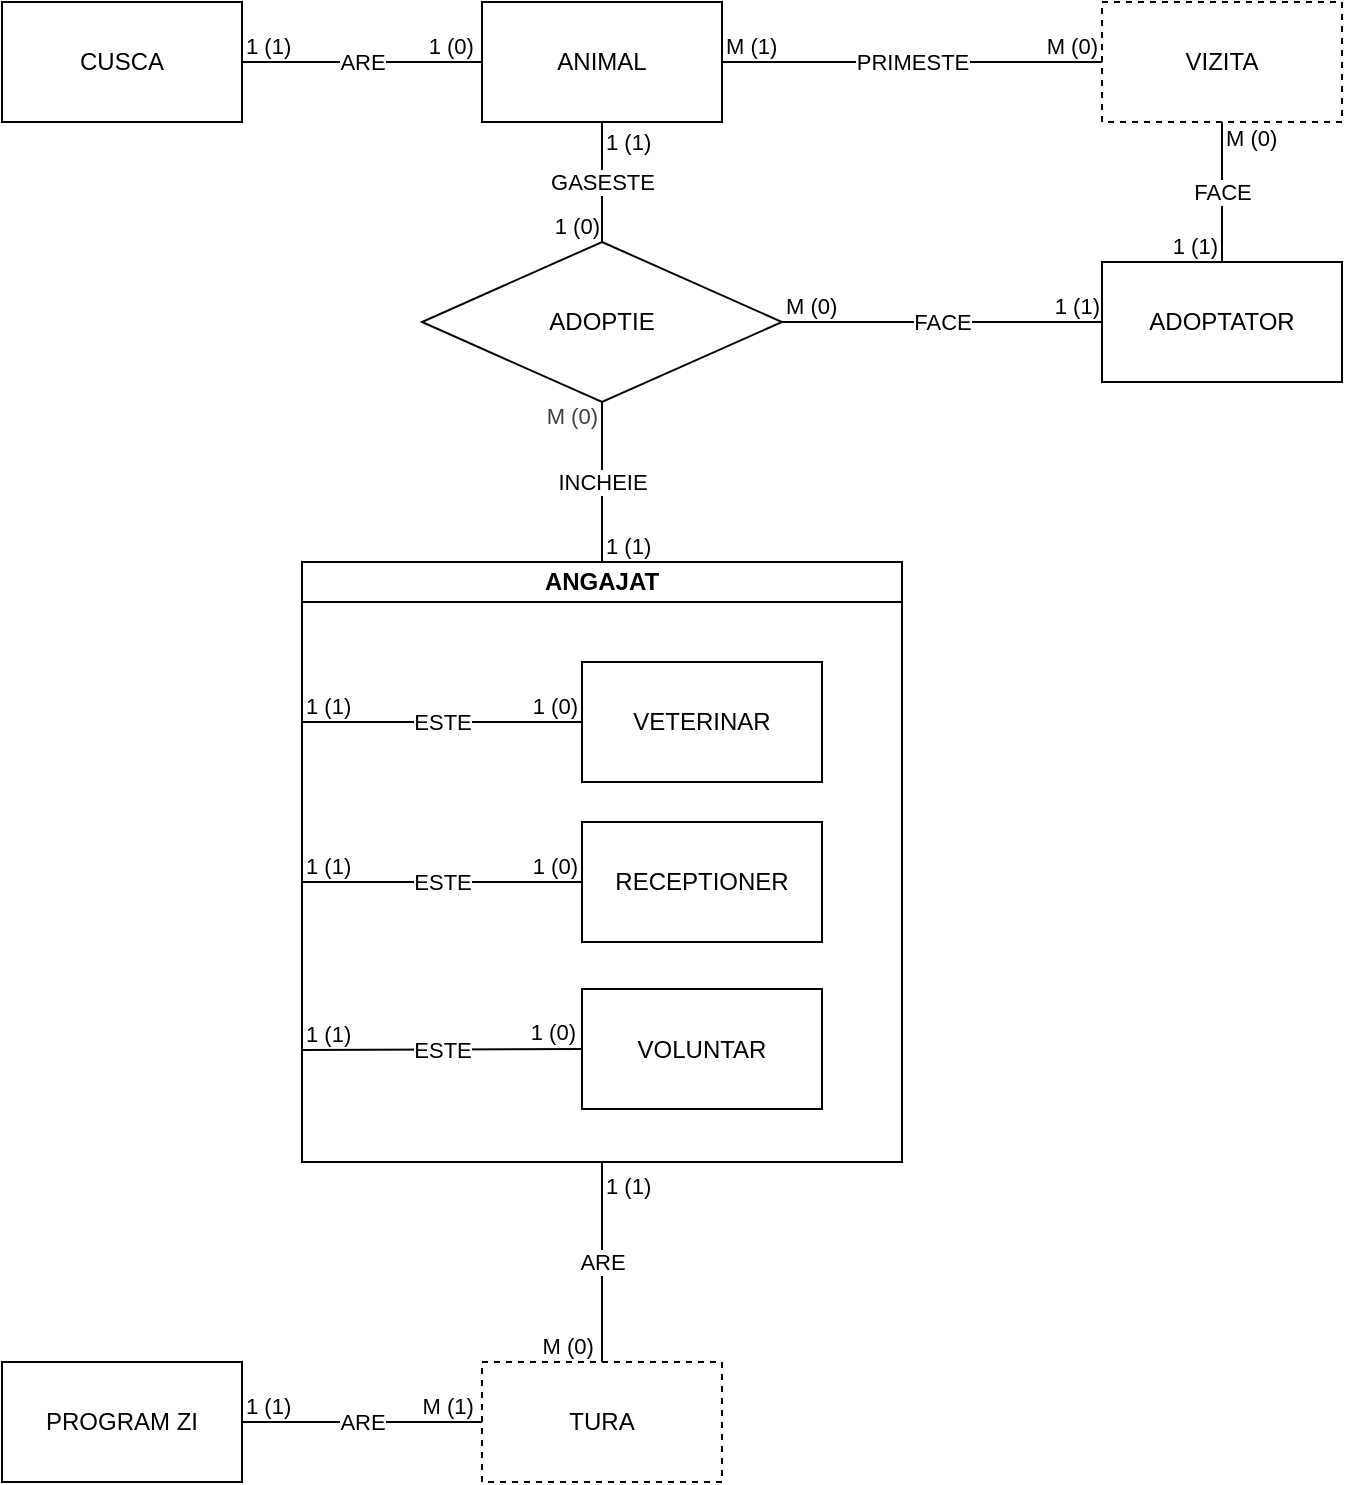
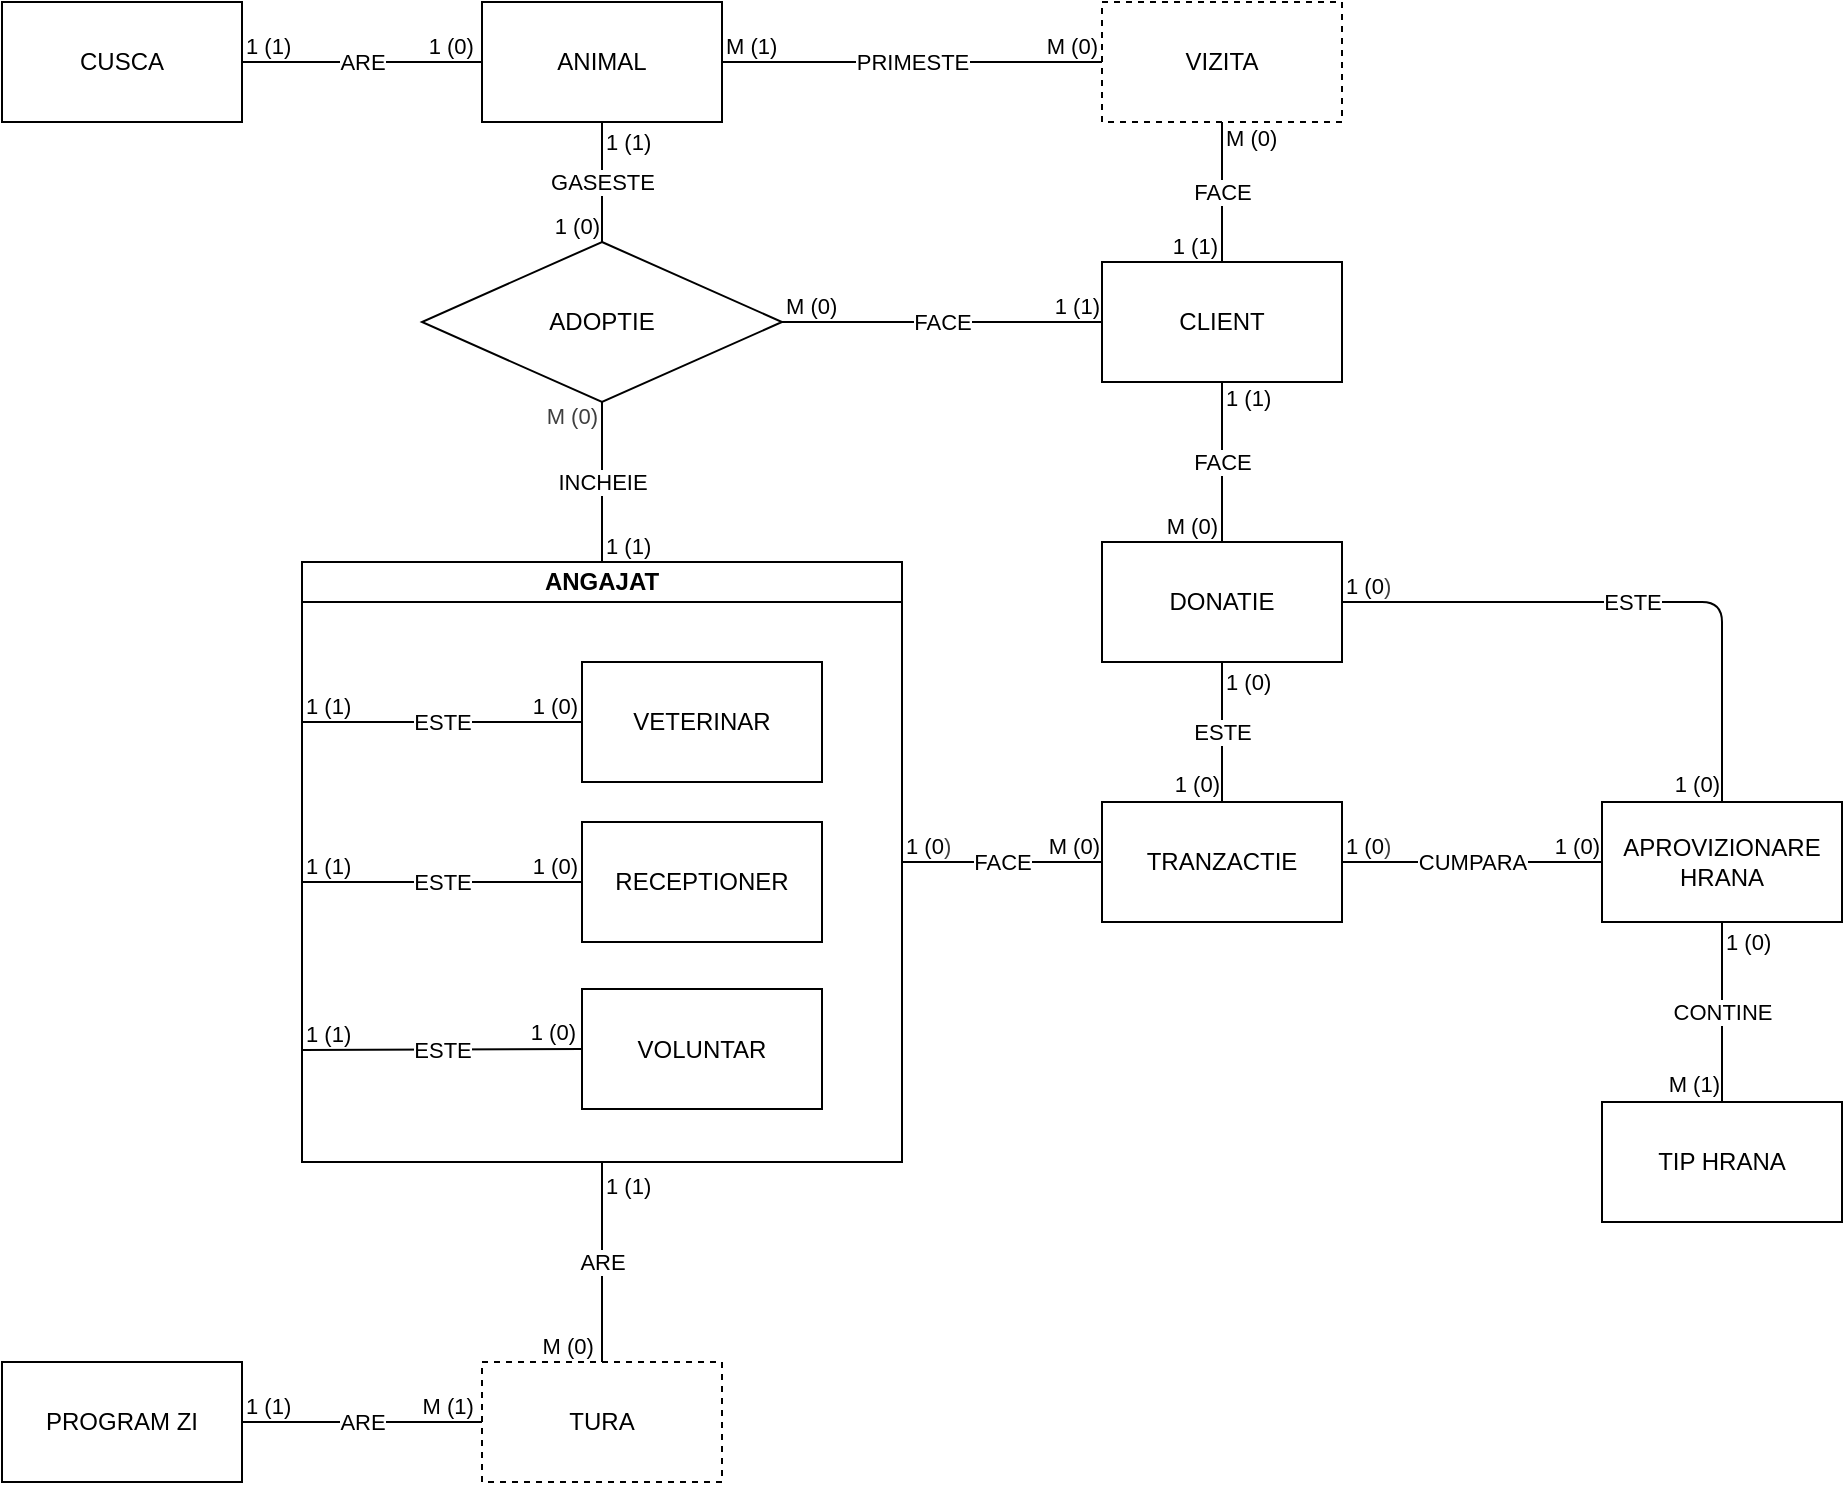
<mxfile host="65bd71144e">
    <diagram id="A1t5_ixmi6wKDEfljeF3" name="Page-1">
-         <mxGraphModel dx="1066" dy="713" grid="1" gridSize="10" guides="1" tooltips="1" connect="1" arrows="1" fold="1" page="1" pageScale="1" pageWidth="1169" pageHeight="827" math="0" shadow="0">
+         <mxGraphModel dx="762" dy="554" grid="1" gridSize="10" guides="1" tooltips="1" connect="1" arrows="1" fold="1" page="1" pageScale="1" pageWidth="1169" pageHeight="827" math="0" shadow="0">
            <root>
                <mxCell id="0"/>
                <mxCell id="1" parent="0"/>
                <mxCell id="14" value="ANIMAL" style="rounded=0;whiteSpace=wrap;html=1;" parent="1" vertex="1">
                    <mxGeometry x="440" y="60" width="120" height="60" as="geometry"/>
                </mxCell>
-                 <mxCell id="17" value="ADOPTATOR" style="rounded=0;whiteSpace=wrap;html=1;" parent="1" vertex="1">
+                 <mxCell id="17" value="CLIENT" style="rounded=0;whiteSpace=wrap;html=1;" parent="1" vertex="1">
                    <mxGeometry x="750" y="190" width="120" height="60" as="geometry"/>
                </mxCell>
                <mxCell id="22" value="ADOPTIE" style="rhombus;whiteSpace=wrap;html=1;" parent="1" vertex="1">
                    <mxGeometry x="410" y="180" width="180" height="80" as="geometry"/>
                </mxCell>
                <mxCell id="41" value="" style="group" parent="1" vertex="1" connectable="0">
                    <mxGeometry x="350" y="340" width="300" height="300" as="geometry"/>
                </mxCell>
                <mxCell id="16" value="ANGAJAT" style="swimlane;whiteSpace=wrap;html=1;container=0;startSize=20;" parent="41" vertex="1">
                    <mxGeometry width="300" height="300" as="geometry">
                        <mxRectangle x="280" y="160" width="90" height="30" as="alternateBounds"/>
                    </mxGeometry>
                </mxCell>
                <mxCell id="31" value="" style="endArrow=none;html=1;entryX=0;entryY=0.5;entryDx=0;entryDy=0;endFill=0;" parent="41" target="21" edge="1">
                    <mxGeometry relative="1" as="geometry">
                        <mxPoint y="244" as="sourcePoint"/>
                        <mxPoint x="170" y="130" as="targetPoint"/>
                    </mxGeometry>
                </mxCell>
                <mxCell id="32" value="ESTE" style="edgeLabel;resizable=0;html=1;;align=center;verticalAlign=middle;container=0;" parent="31" connectable="0" vertex="1">
                    <mxGeometry relative="1" as="geometry"/>
                </mxCell>
                <mxCell id="33" value="&lt;span style=&quot;color: rgb(0, 0, 0);&quot;&gt;1 (1)&lt;/span&gt;" style="edgeLabel;resizable=0;html=1;;align=left;verticalAlign=bottom;container=0;" parent="31" connectable="0" vertex="1">
                    <mxGeometry x="-1" relative="1" as="geometry"/>
                </mxCell>
                <mxCell id="34" value="&lt;span style=&quot;color: rgb(0, 0, 0); text-align: left;&quot;&gt;1 (0)&lt;/span&gt;" style="edgeLabel;resizable=0;html=1;;align=right;verticalAlign=bottom;container=0;" parent="31" connectable="0" vertex="1">
                    <mxGeometry x="1" relative="1" as="geometry">
                        <mxPoint x="-2" as="offset"/>
                    </mxGeometry>
                </mxCell>
                <mxCell id="35" value="" style="endArrow=none;html=1;entryX=0;entryY=0.5;entryDx=0;entryDy=0;endFill=0;" parent="41" target="19" edge="1">
                    <mxGeometry relative="1" as="geometry">
                        <mxPoint y="80" as="sourcePoint"/>
                        <mxPoint x="170" y="130" as="targetPoint"/>
                        <Array as="points">
                            <mxPoint y="80"/>
                        </Array>
                    </mxGeometry>
                </mxCell>
                <mxCell id="36" value="ESTE" style="edgeLabel;resizable=0;html=1;;align=center;verticalAlign=middle;container=0;" parent="35" connectable="0" vertex="1">
                    <mxGeometry relative="1" as="geometry"/>
                </mxCell>
                <mxCell id="37" value="1 (1)" style="edgeLabel;resizable=0;html=1;;align=left;verticalAlign=bottom;container=0;" parent="35" connectable="0" vertex="1">
                    <mxGeometry x="-1" relative="1" as="geometry"/>
                </mxCell>
                <mxCell id="38" value="&lt;span style=&quot;color: rgb(0, 0, 0); text-align: left;&quot;&gt;1 (0)&lt;/span&gt;" style="edgeLabel;resizable=0;html=1;;align=right;verticalAlign=bottom;container=0;" parent="35" connectable="0" vertex="1">
                    <mxGeometry x="1" relative="1" as="geometry">
                        <mxPoint x="-2" as="offset"/>
                    </mxGeometry>
                </mxCell>
                <mxCell id="19" value="VETERINAR" style="rounded=0;whiteSpace=wrap;html=1;container=0;" parent="41" vertex="1">
                    <mxGeometry x="140" y="50" width="120" height="60" as="geometry"/>
                </mxCell>
                <mxCell id="20" value="RECEPTIONER" style="rounded=0;whiteSpace=wrap;html=1;container=0;" parent="41" vertex="1">
                    <mxGeometry x="140" y="130" width="120" height="60" as="geometry"/>
                </mxCell>
                <mxCell id="21" value="VOLUNTAR" style="rounded=0;whiteSpace=wrap;html=1;container=0;" parent="41" vertex="1">
                    <mxGeometry x="140" y="213.5" width="120" height="60" as="geometry"/>
                </mxCell>
                <mxCell id="27" value="" style="endArrow=none;html=1;entryX=0;entryY=0.5;entryDx=0;entryDy=0;endFill=0;" parent="41" target="20" edge="1">
                    <mxGeometry relative="1" as="geometry">
                        <mxPoint y="160" as="sourcePoint"/>
                        <mxPoint x="160" y="170" as="targetPoint"/>
                    </mxGeometry>
                </mxCell>
                <mxCell id="28" value="ESTE" style="edgeLabel;resizable=0;html=1;;align=center;verticalAlign=middle;container=0;" parent="27" connectable="0" vertex="1">
                    <mxGeometry relative="1" as="geometry"/>
                </mxCell>
                <mxCell id="29" value="&lt;span style=&quot;color: rgb(0, 0, 0);&quot;&gt;1 (1)&lt;/span&gt;" style="edgeLabel;resizable=0;html=1;;align=left;verticalAlign=bottom;container=0;" parent="27" connectable="0" vertex="1">
                    <mxGeometry x="-1" relative="1" as="geometry"/>
                </mxCell>
                <mxCell id="30" value="&lt;span style=&quot;color: rgb(0, 0, 0); text-align: left;&quot;&gt;1 (0)&lt;/span&gt;" style="edgeLabel;resizable=0;html=1;;align=right;verticalAlign=bottom;container=0;" parent="27" connectable="0" vertex="1">
                    <mxGeometry x="1" relative="1" as="geometry">
                        <mxPoint x="-2" as="offset"/>
                    </mxGeometry>
                </mxCell>
                <mxCell id="42" value="TURA" style="rounded=0;whiteSpace=wrap;html=1;dashed=1;" parent="1" vertex="1">
                    <mxGeometry x="440" y="740" width="120" height="60" as="geometry"/>
                </mxCell>
                <mxCell id="44" value="CUSCA" style="rounded=0;whiteSpace=wrap;html=1;" parent="1" vertex="1">
                    <mxGeometry x="200" y="60" width="120" height="60" as="geometry"/>
                </mxCell>
                <mxCell id="45" value="" style="endArrow=none;html=1;entryX=0.5;entryY=1;entryDx=0;entryDy=0;exitX=0.5;exitY=0;exitDx=0;exitDy=0;edgeStyle=orthogonalEdgeStyle;elbow=vertical;endFill=0;" parent="1" source="16" target="22" edge="1">
                    <mxGeometry relative="1" as="geometry">
                        <mxPoint x="370" y="400" as="sourcePoint"/>
                        <mxPoint x="530" y="400" as="targetPoint"/>
                    </mxGeometry>
                </mxCell>
                <mxCell id="46" value="INCHEIE" style="edgeLabel;resizable=0;html=1;;align=center;verticalAlign=middle;" parent="45" connectable="0" vertex="1">
                    <mxGeometry relative="1" as="geometry"/>
                </mxCell>
                <mxCell id="47" value="1 (1)" style="edgeLabel;resizable=0;html=1;;align=left;verticalAlign=bottom;" parent="45" connectable="0" vertex="1">
                    <mxGeometry x="-1" relative="1" as="geometry"/>
                </mxCell>
                <mxCell id="48" value="&lt;div&gt;&lt;span style=&quot;background-color: light-dark(#ffffff, var(--ge-dark-color, #121212)); color: rgb(63, 63, 63);&quot;&gt;M (0)&lt;/span&gt;&lt;/div&gt;" style="edgeLabel;resizable=0;html=1;;align=right;verticalAlign=bottom;" parent="45" connectable="0" vertex="1">
                    <mxGeometry x="1" relative="1" as="geometry">
                        <mxPoint x="-2" y="15" as="offset"/>
                    </mxGeometry>
                </mxCell>
                <mxCell id="49" value="" style="endArrow=none;html=1;entryX=0.5;entryY=0;entryDx=0;entryDy=0;exitX=0.5;exitY=1;exitDx=0;exitDy=0;endFill=0;" parent="1" source="16" target="42" edge="1">
                    <mxGeometry relative="1" as="geometry">
                        <mxPoint x="90" y="524" as="sourcePoint"/>
                        <mxPoint x="250" y="524" as="targetPoint"/>
                    </mxGeometry>
                </mxCell>
                <mxCell id="50" value="ARE" style="edgeLabel;resizable=0;html=1;;align=center;verticalAlign=middle;" parent="49" connectable="0" vertex="1">
                    <mxGeometry relative="1" as="geometry"/>
                </mxCell>
                <mxCell id="51" value="1 (1)" style="edgeLabel;resizable=0;html=1;;align=left;verticalAlign=bottom;" parent="49" connectable="0" vertex="1">
                    <mxGeometry x="-1" relative="1" as="geometry">
                        <mxPoint y="20" as="offset"/>
                    </mxGeometry>
                </mxCell>
                <mxCell id="52" value="M (0)&amp;nbsp;" style="edgeLabel;resizable=0;html=1;;align=right;verticalAlign=bottom;" parent="49" connectable="0" vertex="1">
                    <mxGeometry x="1" relative="1" as="geometry">
                        <mxPoint x="-1" as="offset"/>
                    </mxGeometry>
                </mxCell>
                <mxCell id="54" value="" style="endArrow=none;html=1;exitX=1;exitY=0.5;exitDx=0;exitDy=0;entryX=0;entryY=0.5;entryDx=0;entryDy=0;endFill=0;" parent="1" source="22" target="17" edge="1">
                    <mxGeometry relative="1" as="geometry">
                        <mxPoint x="370" y="400" as="sourcePoint"/>
                        <mxPoint x="530" y="400" as="targetPoint"/>
                    </mxGeometry>
                </mxCell>
                <mxCell id="55" value="FACE" style="edgeLabel;resizable=0;html=1;;align=center;verticalAlign=middle;" parent="54" connectable="0" vertex="1">
                    <mxGeometry relative="1" as="geometry"/>
                </mxCell>
                <mxCell id="56" value="M (0)" style="edgeLabel;resizable=0;html=1;;align=left;verticalAlign=bottom;" parent="54" connectable="0" vertex="1">
                    <mxGeometry x="-1" relative="1" as="geometry"/>
                </mxCell>
                <mxCell id="57" value="1 (1)" style="edgeLabel;resizable=0;html=1;;align=right;verticalAlign=bottom;" parent="54" connectable="0" vertex="1">
                    <mxGeometry x="1" relative="1" as="geometry">
                        <mxPoint x="-1" as="offset"/>
                    </mxGeometry>
                </mxCell>
                <mxCell id="58" value="" style="endArrow=none;html=1;exitX=0.5;exitY=1;exitDx=0;exitDy=0;entryX=0.5;entryY=0;entryDx=0;entryDy=0;endFill=0;" parent="1" source="14" target="22" edge="1">
                    <mxGeometry relative="1" as="geometry">
                        <mxPoint x="370" y="400" as="sourcePoint"/>
                        <mxPoint x="530" y="400" as="targetPoint"/>
                    </mxGeometry>
                </mxCell>
                <mxCell id="59" value="GASESTE" style="edgeLabel;resizable=0;html=1;;align=center;verticalAlign=middle;" parent="58" connectable="0" vertex="1">
                    <mxGeometry relative="1" as="geometry"/>
                </mxCell>
                <mxCell id="60" value="1 (1)" style="edgeLabel;resizable=0;html=1;;align=left;verticalAlign=bottom;" parent="58" connectable="0" vertex="1">
                    <mxGeometry x="-1" relative="1" as="geometry">
                        <mxPoint y="18" as="offset"/>
                    </mxGeometry>
                </mxCell>
                <mxCell id="61" value="1 (0)" style="edgeLabel;resizable=0;html=1;;align=right;verticalAlign=bottom;" parent="58" connectable="0" vertex="1">
                    <mxGeometry x="1" relative="1" as="geometry">
                        <mxPoint x="-1" as="offset"/>
                    </mxGeometry>
                </mxCell>
                <mxCell id="62" value="" style="endArrow=none;html=1;exitX=1;exitY=0.5;exitDx=0;exitDy=0;entryX=0;entryY=0.5;entryDx=0;entryDy=0;endFill=0;" parent="1" source="44" target="14" edge="1">
                    <mxGeometry relative="1" as="geometry">
                        <mxPoint x="370" y="400" as="sourcePoint"/>
                        <mxPoint x="530" y="400" as="targetPoint"/>
                    </mxGeometry>
                </mxCell>
                <mxCell id="63" value="ARE" style="edgeLabel;resizable=0;html=1;;align=center;verticalAlign=middle;" parent="62" connectable="0" vertex="1">
                    <mxGeometry relative="1" as="geometry"/>
                </mxCell>
                <mxCell id="64" value="1 (1)" style="edgeLabel;resizable=0;html=1;;align=left;verticalAlign=bottom;" parent="62" connectable="0" vertex="1">
                    <mxGeometry x="-1" relative="1" as="geometry"/>
                </mxCell>
                <mxCell id="65" value="1 (0)&amp;nbsp;" style="edgeLabel;resizable=0;html=1;;align=right;verticalAlign=bottom;" parent="62" connectable="0" vertex="1">
                    <mxGeometry x="1" relative="1" as="geometry">
                        <mxPoint x="-1" as="offset"/>
                    </mxGeometry>
                </mxCell>
                <mxCell id="72" value="" style="endArrow=none;html=1;entryX=0.5;entryY=0;entryDx=0;entryDy=0;endFill=0;exitX=0.5;exitY=1;exitDx=0;exitDy=0;" parent="1" source="90" target="17" edge="1">
                    <mxGeometry relative="1" as="geometry">
                        <mxPoint x="1030" y="190" as="sourcePoint"/>
                        <mxPoint x="610" y="490" as="targetPoint"/>
                    </mxGeometry>
                </mxCell>
                <mxCell id="73" value="FACE" style="edgeLabel;resizable=0;html=1;;align=center;verticalAlign=middle;" parent="72" connectable="0" vertex="1">
                    <mxGeometry relative="1" as="geometry"/>
                </mxCell>
                <mxCell id="74" value="M (0)" style="edgeLabel;resizable=0;html=1;;align=left;verticalAlign=bottom;" parent="72" connectable="0" vertex="1">
                    <mxGeometry x="-1" relative="1" as="geometry">
                        <mxPoint y="16" as="offset"/>
                    </mxGeometry>
                </mxCell>
                <mxCell id="75" value="1 (1)" style="edgeLabel;resizable=0;html=1;;align=right;verticalAlign=bottom;" parent="72" connectable="0" vertex="1">
                    <mxGeometry x="1" relative="1" as="geometry">
                        <mxPoint x="-2" as="offset"/>
                    </mxGeometry>
                </mxCell>
                <mxCell id="78" value="" style="endArrow=none;html=1;exitX=1;exitY=0.5;exitDx=0;exitDy=0;endFill=0;entryX=0;entryY=0.5;entryDx=0;entryDy=0;" parent="1" source="14" target="90" edge="1">
                    <mxGeometry relative="1" as="geometry">
                        <mxPoint x="670" y="89.55000000000001" as="sourcePoint"/>
                        <mxPoint x="900" y="100" as="targetPoint"/>
                        <Array as="points"/>
                    </mxGeometry>
                </mxCell>
                <mxCell id="79" value="PRIMESTE" style="edgeLabel;resizable=0;html=1;;align=center;verticalAlign=middle;" parent="78" connectable="0" vertex="1">
                    <mxGeometry relative="1" as="geometry"/>
                </mxCell>
                <mxCell id="80" value="M (1)" style="edgeLabel;resizable=0;html=1;;align=left;verticalAlign=bottom;" parent="78" connectable="0" vertex="1">
                    <mxGeometry x="-1" relative="1" as="geometry"/>
                </mxCell>
                <mxCell id="81" value="M (0)" style="edgeLabel;resizable=0;html=1;;align=right;verticalAlign=bottom;" parent="78" connectable="0" vertex="1">
                    <mxGeometry x="1" relative="1" as="geometry">
                        <mxPoint x="-2" as="offset"/>
                    </mxGeometry>
                </mxCell>
                <mxCell id="83" value="PROGRAM ZI" style="rounded=0;whiteSpace=wrap;html=1;" parent="1" vertex="1">
                    <mxGeometry x="200" y="740" width="120" height="60" as="geometry"/>
                </mxCell>
                <mxCell id="84" value="" style="endArrow=none;html=1;exitX=1;exitY=0.5;exitDx=0;exitDy=0;entryX=0;entryY=0.5;entryDx=0;entryDy=0;endFill=0;" parent="1" source="83" target="42" edge="1">
                    <mxGeometry relative="1" as="geometry">
                        <mxPoint x="440" y="710" as="sourcePoint"/>
                        <mxPoint x="600" y="710" as="targetPoint"/>
                    </mxGeometry>
                </mxCell>
                <mxCell id="85" value="ARE" style="edgeLabel;resizable=0;html=1;;align=center;verticalAlign=middle;" parent="84" connectable="0" vertex="1">
                    <mxGeometry relative="1" as="geometry"/>
                </mxCell>
                <mxCell id="86" value="1 (1)" style="edgeLabel;resizable=0;html=1;;align=left;verticalAlign=bottom;" parent="84" connectable="0" vertex="1">
                    <mxGeometry x="-1" relative="1" as="geometry"/>
                </mxCell>
                <mxCell id="87" value="M (1)&amp;nbsp;" style="edgeLabel;resizable=0;html=1;;align=right;verticalAlign=bottom;" parent="84" connectable="0" vertex="1">
                    <mxGeometry x="1" relative="1" as="geometry">
                        <mxPoint x="-1" as="offset"/>
                    </mxGeometry>
                </mxCell>
                <mxCell id="90" value="VIZITA" style="rounded=0;whiteSpace=wrap;html=1;dashed=1;" parent="1" vertex="1">
                    <mxGeometry x="750" y="60" width="120" height="60" as="geometry"/>
                </mxCell>
+                 <mxCell id="91" value="TRANZACTIE" style="rounded=0;whiteSpace=wrap;html=1;" vertex="1" parent="1">
+                     <mxGeometry x="750" y="460" width="120" height="60" as="geometry"/>
+                 </mxCell>
+                 <mxCell id="92" value="" style="endArrow=none;html=1;exitX=1;exitY=0.5;exitDx=0;exitDy=0;entryX=0;entryY=0.5;entryDx=0;entryDy=0;endFill=0;" edge="1" parent="1" source="16" target="91">
+                     <mxGeometry relative="1" as="geometry">
+                         <mxPoint x="600" y="230" as="sourcePoint"/>
+                         <mxPoint x="760" y="230" as="targetPoint"/>
+                     </mxGeometry>
+                 </mxCell>
+                 <mxCell id="93" value="FACE" style="edgeLabel;resizable=0;html=1;;align=center;verticalAlign=middle;" connectable="0" vertex="1" parent="92">
+                     <mxGeometry relative="1" as="geometry"/>
+                 </mxCell>
+                 <mxCell id="94" value="1 (0&lt;span style=&quot;color: rgb(63, 63, 63); background-color: light-dark(#ffffff, var(--ge-dark-color, #121212));&quot;&gt;)&lt;/span&gt;" style="edgeLabel;resizable=0;html=1;;align=left;verticalAlign=bottom;" connectable="0" vertex="1" parent="92">
+                     <mxGeometry x="-1" relative="1" as="geometry"/>
+                 </mxCell>
+                 <mxCell id="95" value="M (0)" style="edgeLabel;resizable=0;html=1;;align=right;verticalAlign=bottom;" connectable="0" vertex="1" parent="92">
+                     <mxGeometry x="1" relative="1" as="geometry">
+                         <mxPoint x="-1" as="offset"/>
+                     </mxGeometry>
+                 </mxCell>
+                 <mxCell id="96" value="DONATIE" style="rounded=0;whiteSpace=wrap;html=1;" vertex="1" parent="1">
+                     <mxGeometry x="750" y="330" width="120" height="60" as="geometry"/>
+                 </mxCell>
+                 <mxCell id="97" value="APROVIZIONARE&lt;div&gt;HRANA&lt;/div&gt;" style="rounded=0;whiteSpace=wrap;html=1;" vertex="1" parent="1">
+                     <mxGeometry x="1000" y="460" width="120" height="60" as="geometry"/>
+                 </mxCell>
+                 <mxCell id="98" value="TIP HRANA" style="rounded=0;whiteSpace=wrap;html=1;" vertex="1" parent="1">
+                     <mxGeometry x="1000" y="610" width="120" height="60" as="geometry"/>
+                 </mxCell>
+                 <mxCell id="99" value="ESTE" style="endArrow=none;html=1;exitX=0.5;exitY=1;exitDx=0;exitDy=0;endFill=0;" edge="1" parent="1" source="96">
+                     <mxGeometry relative="1" as="geometry">
+                         <mxPoint x="660" y="500" as="sourcePoint"/>
+                         <mxPoint x="810" y="460" as="targetPoint"/>
+                     </mxGeometry>
+                 </mxCell>
+                 <mxCell id="101" value="1 (0)" style="edgeLabel;resizable=0;html=1;;align=left;verticalAlign=bottom;" connectable="0" vertex="1" parent="99">
+                     <mxGeometry x="-1" relative="1" as="geometry">
+                         <mxPoint y="18" as="offset"/>
+                     </mxGeometry>
+                 </mxCell>
+                 <mxCell id="102" value="1 (0)" style="edgeLabel;resizable=0;html=1;;align=right;verticalAlign=bottom;" connectable="0" vertex="1" parent="99">
+                     <mxGeometry x="1" relative="1" as="geometry">
+                         <mxPoint x="-1" y="-1" as="offset"/>
+                     </mxGeometry>
+                 </mxCell>
+                 <mxCell id="107" value="" style="endArrow=none;html=1;exitX=1;exitY=0.5;exitDx=0;exitDy=0;entryX=0;entryY=0.5;entryDx=0;entryDy=0;endFill=0;" edge="1" parent="1" source="91" target="97">
+                     <mxGeometry relative="1" as="geometry">
+                         <mxPoint x="890" y="570" as="sourcePoint"/>
+                         <mxPoint x="990" y="570" as="targetPoint"/>
+                     </mxGeometry>
+                 </mxCell>
+                 <mxCell id="108" value="CUMPARA" style="edgeLabel;resizable=0;html=1;;align=center;verticalAlign=middle;" connectable="0" vertex="1" parent="107">
+                     <mxGeometry relative="1" as="geometry"/>
+                 </mxCell>
+                 <mxCell id="109" value="1 (0&lt;span style=&quot;color: rgb(63, 63, 63); background-color: light-dark(#ffffff, var(--ge-dark-color, #121212));&quot;&gt;)&lt;/span&gt;" style="edgeLabel;resizable=0;html=1;;align=left;verticalAlign=bottom;" connectable="0" vertex="1" parent="107">
+                     <mxGeometry x="-1" relative="1" as="geometry"/>
+                 </mxCell>
+                 <mxCell id="110" value="1 (0)" style="edgeLabel;resizable=0;html=1;;align=right;verticalAlign=bottom;" connectable="0" vertex="1" parent="107">
+                     <mxGeometry x="1" relative="1" as="geometry">
+                         <mxPoint x="-1" as="offset"/>
+                     </mxGeometry>
+                 </mxCell>
+                 <mxCell id="111" value="CONTINE" style="endArrow=none;html=1;entryX=0.5;entryY=0;entryDx=0;entryDy=0;endFill=0;exitX=0.5;exitY=1;exitDx=0;exitDy=0;" edge="1" parent="1" source="97" target="98">
+                     <mxGeometry relative="1" as="geometry">
+                         <mxPoint x="1080" y="590" as="sourcePoint"/>
+                         <mxPoint x="900" y="350" as="targetPoint"/>
+                     </mxGeometry>
+                 </mxCell>
+                 <mxCell id="112" value="1 (0)" style="edgeLabel;resizable=0;html=1;;align=left;verticalAlign=bottom;" connectable="0" vertex="1" parent="111">
+                     <mxGeometry x="-1" relative="1" as="geometry">
+                         <mxPoint y="18" as="offset"/>
+                     </mxGeometry>
+                 </mxCell>
+                 <mxCell id="113" value="M (1)" style="edgeLabel;resizable=0;html=1;;align=right;verticalAlign=bottom;" connectable="0" vertex="1" parent="111">
+                     <mxGeometry x="1" relative="1" as="geometry">
+                         <mxPoint x="-1" y="-1" as="offset"/>
+                     </mxGeometry>
+                 </mxCell>
+                 <mxCell id="114" value="" style="endArrow=none;html=1;exitX=1;exitY=0.5;exitDx=0;exitDy=0;entryX=0.5;entryY=0;entryDx=0;entryDy=0;endFill=0;" edge="1" parent="1" source="96" target="97">
+                     <mxGeometry relative="1" as="geometry">
+                         <mxPoint x="910" y="640" as="sourcePoint"/>
+                         <mxPoint x="1040" y="640" as="targetPoint"/>
+                         <Array as="points">
+                             <mxPoint x="1060" y="360"/>
+                         </Array>
+                     </mxGeometry>
+                 </mxCell>
+                 <mxCell id="115" value="ESTE" style="edgeLabel;resizable=0;html=1;;align=center;verticalAlign=middle;" connectable="0" vertex="1" parent="114">
+                     <mxGeometry relative="1" as="geometry"/>
+                 </mxCell>
+                 <mxCell id="116" value="1 (0&lt;span style=&quot;color: rgb(63, 63, 63); background-color: light-dark(#ffffff, var(--ge-dark-color, #121212));&quot;&gt;)&lt;/span&gt;" style="edgeLabel;resizable=0;html=1;;align=left;verticalAlign=bottom;" connectable="0" vertex="1" parent="114">
+                     <mxGeometry x="-1" relative="1" as="geometry"/>
+                 </mxCell>
+                 <mxCell id="117" value="1 (0)" style="edgeLabel;resizable=0;html=1;;align=right;verticalAlign=bottom;" connectable="0" vertex="1" parent="114">
+                     <mxGeometry x="1" relative="1" as="geometry">
+                         <mxPoint x="-1" y="-1" as="offset"/>
+                     </mxGeometry>
+                 </mxCell>
+                 <mxCell id="120" value="" style="endArrow=none;html=1;entryX=0.5;entryY=0;entryDx=0;entryDy=0;endFill=0;exitX=0.5;exitY=1;exitDx=0;exitDy=0;" edge="1" parent="1" source="17" target="96">
+                     <mxGeometry relative="1" as="geometry">
+                         <mxPoint x="820" y="130" as="sourcePoint"/>
+                         <mxPoint x="820" y="200" as="targetPoint"/>
+                     </mxGeometry>
+                 </mxCell>
+                 <mxCell id="121" value="FACE" style="edgeLabel;resizable=0;html=1;;align=center;verticalAlign=middle;" connectable="0" vertex="1" parent="120">
+                     <mxGeometry relative="1" as="geometry"/>
+                 </mxCell>
+                 <mxCell id="122" value="1 (1)" style="edgeLabel;resizable=0;html=1;;align=left;verticalAlign=bottom;" connectable="0" vertex="1" parent="120">
+                     <mxGeometry x="-1" relative="1" as="geometry">
+                         <mxPoint y="16" as="offset"/>
+                     </mxGeometry>
+                 </mxCell>
+                 <mxCell id="123" value="M (0)" style="edgeLabel;resizable=0;html=1;;align=right;verticalAlign=bottom;" connectable="0" vertex="1" parent="120">
+                     <mxGeometry x="1" relative="1" as="geometry">
+                         <mxPoint x="-2" as="offset"/>
+                     </mxGeometry>
+                 </mxCell>
            </root>
        </mxGraphModel>
    </diagram>
</mxfile>